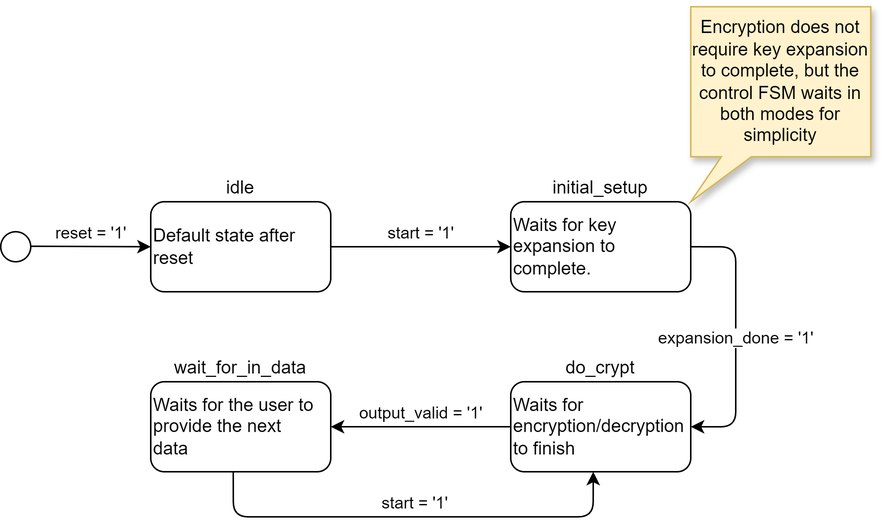
This is doc/figures/control_fsm_simple.drawio.png from Blinerator/aes-128-fpga, a draw.io export, as it was before one commit. Source tidied: cells renumbered, new cells last; positions are measured from the earlier drawing's top-left corner, leaving out a move shared by most shapes.
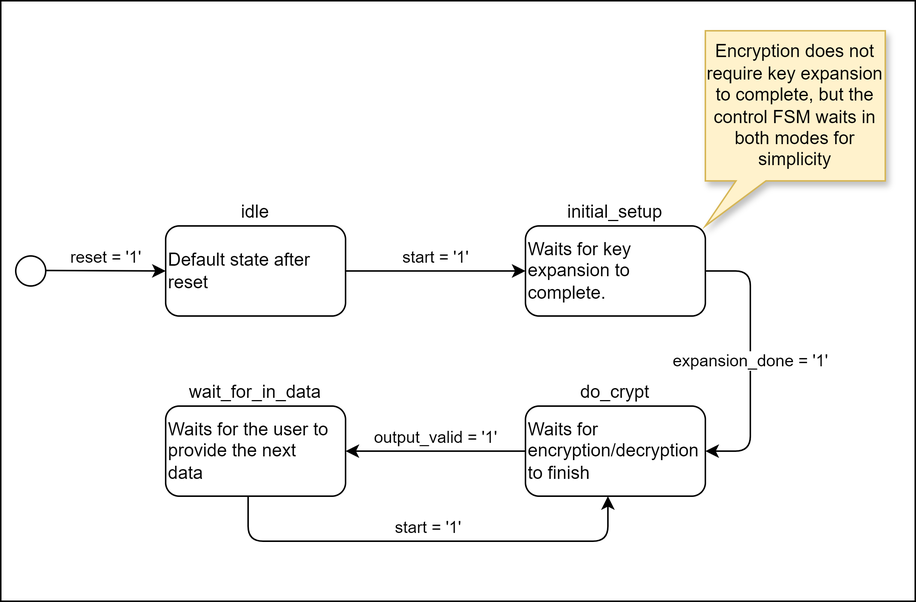
After the change.

Commit message:
Finished adding test for simple version of top wrapper

What changed in the source:
```diff
@@ -2,6 +2,9 @@
   <root>
     <mxCell id="0" />
     <mxCell id="1" parent="0" />
+    <mxCell id="21" style="rounded=0;whiteSpace=wrap;html=1;" parent="1" vertex="1">
+      <mxGeometry x="-10" y="-20" width="610" height="400" as="geometry" />
+    </mxCell>
     <mxCell id="2" value="start = '1'" style="edgeStyle=none;html=1;exitX=1;exitY=0.5;exitDx=0;exitDy=0;entryX=0;entryY=0.5;entryDx=0;entryDy=0;labelPosition=center;verticalLabelPosition=top;align=center;verticalAlign=bottom;" parent="1" edge="1" source="4" target="8">
       <mxGeometry relative="1" as="geometry" />
     </mxCell>
```
